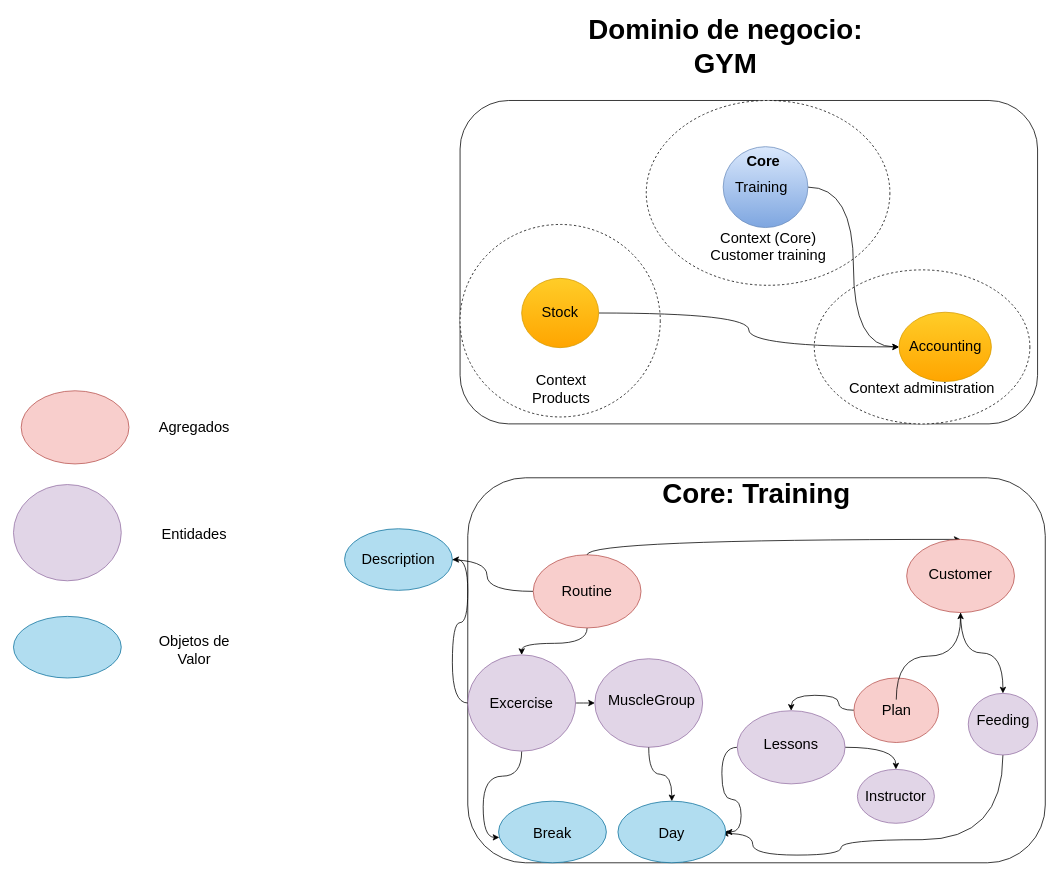
The draw.io diagram page "Analisis" (1 of 3) of BigPictureGym.drawio in Ruiz16-17/Sofka_DDD_Big_Picture_ModelamientoDominio, before the edit. Source tidied: cells renumbered, new cells numbered last; positions are measured from the earlier drawing's top-left corner, leaving out a move shared by most shapes. Both pictures are drawn from the tidied source at 77%, with x=0, y=0 at pixel (13, 15).
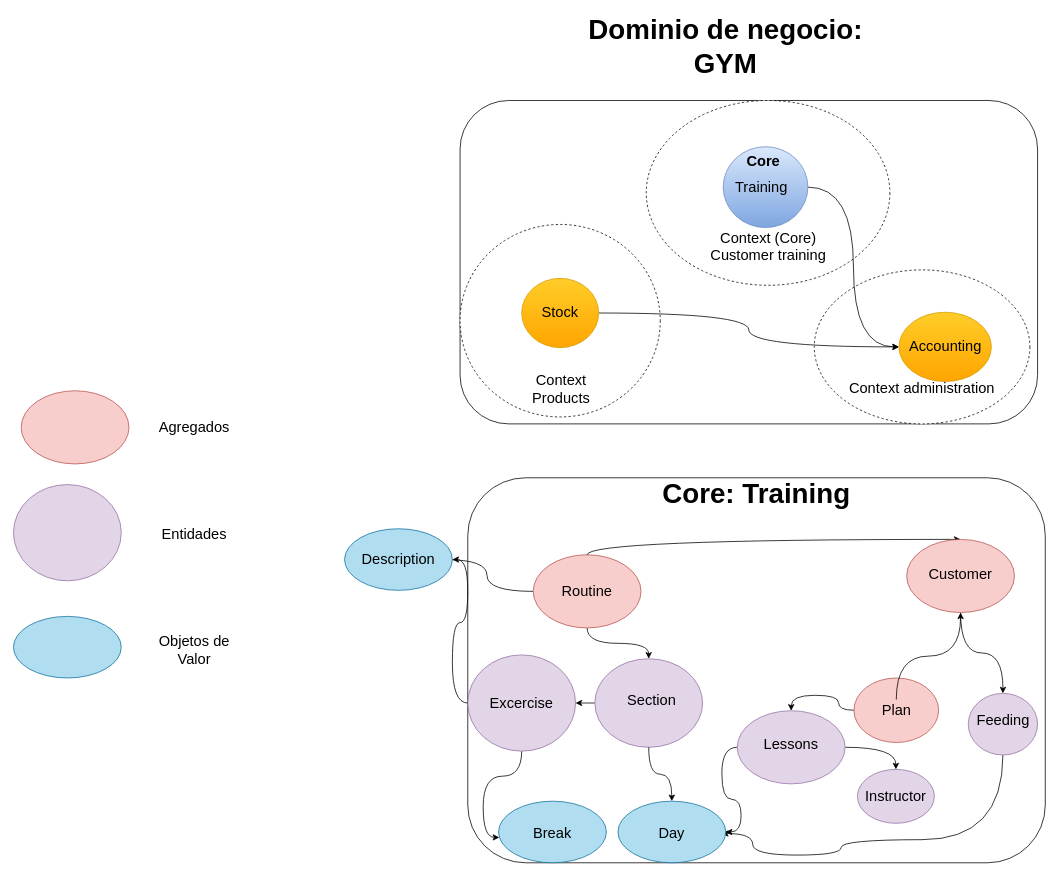
Above is the later version.

Unchanged cells that the change refers to:
```xml
<mxCell id="19" style="ellipse;whiteSpace=wrap;html=1;fontFamily=Helvetica;fillColor=#e1d5e7;strokeColor=#9673a6;" parent="1" vertex="1">
  <mxGeometry x="590" y="830" width="140" height="125" as="geometry" />
</mxCell>
<mxCell id="21" style="ellipse;whiteSpace=wrap;html=1;fontFamily=Helvetica;fillColor=#e1d5e7;strokeColor=#9673a6;" parent="1" vertex="1">
  <mxGeometry x="755" y="835" width="140" height="115" as="geometry" />
</mxCell>
<mxCell id="25" style="ellipse;whiteSpace=wrap;html=1;fontFamily=Helvetica;fillColor=#f8cecc;strokeColor=#b85450;" parent="1" vertex="1">
  <mxGeometry x="675" y="700" width="140" height="95" as="geometry" />
</mxCell>
```

What changed in the source:
```diff
@@
-    <mxCell id="17" style="edgeStyle=orthogonalEdgeStyle;curved=1;rounded=0;jettySize=auto;html=1;entryX=0;entryY=0.5;entryDx=0;entryDy=0;fontFamily=Helvetica;fontSize=19;endArrow=classic;endFill=1;exitX=1;exitY=0.5;exitDx=0;exitDy=0;" parent="1" edge="1" source="19" target="21">
+    <mxCell id="17" style="edgeStyle=orthogonalEdgeStyle;curved=1;rounded=0;jettySize=auto;html=1;entryX=0;entryY=0.5;entryDx=0;entryDy=0;fontFamily=Helvetica;fontSize=19;endArrow=none;endFill=0;exitX=1;exitY=0.5;exitDx=0;exitDy=0;startArrow=classic;startFill=1;" parent="1" edge="1" source="19" target="21">
       <mxGeometry relative="1" as="geometry" />
     </mxCell>
@@
-    <mxCell id="22" value="MuscleGroup" style="text;html=1;strokeColor=none;fillColor=none;align=center;verticalAlign=middle;whiteSpace=wrap;rounded=0;fontFamily=Helvetica;fontSize=19;" parent="1" vertex="1">
+    <mxCell id="22" value="Section" style="text;html=1;strokeColor=none;fillColor=none;align=center;verticalAlign=middle;whiteSpace=wrap;rounded=0;fontFamily=Helvetica;fontSize=19;" parent="1" vertex="1">
       <mxGeometry x="763.5" y="875" width="130" height="27.5" as="geometry" />
     </mxCell>
-    <mxCell id="23" style="edgeStyle=orthogonalEdgeStyle;curved=1;rounded=0;jettySize=auto;html=1;entryX=0.5;entryY=0;entryDx=0;entryDy=0;fontFamily=Helvetica;fontSize=19;endArrow=classic;endFill=1;" parent="1" edge="1" source="25" target="19">
+    <mxCell id="23" style="edgeStyle=orthogonalEdgeStyle;curved=1;rounded=0;jettySize=auto;html=1;fontFamily=Helvetica;fontSize=19;endArrow=classic;endFill=1;" parent="1" edge="1" source="25" target="21">
       <mxGeometry relative="1" as="geometry" />
     </mxCell>
```
